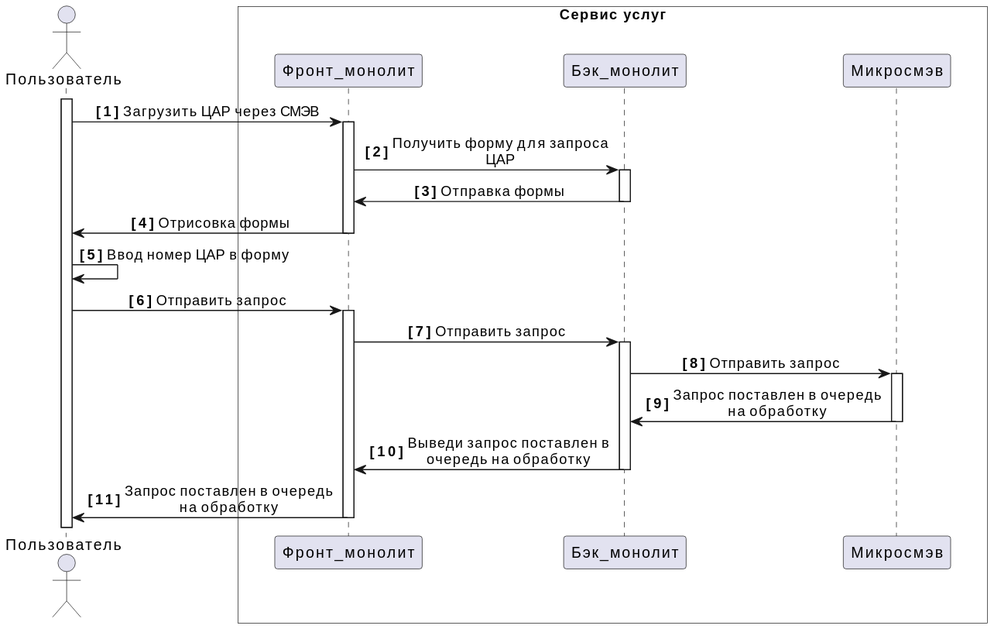
This is diagrams/out/get_car.svg from sonorame/docs_kcr, a PlantUML export, as it was before one commit.
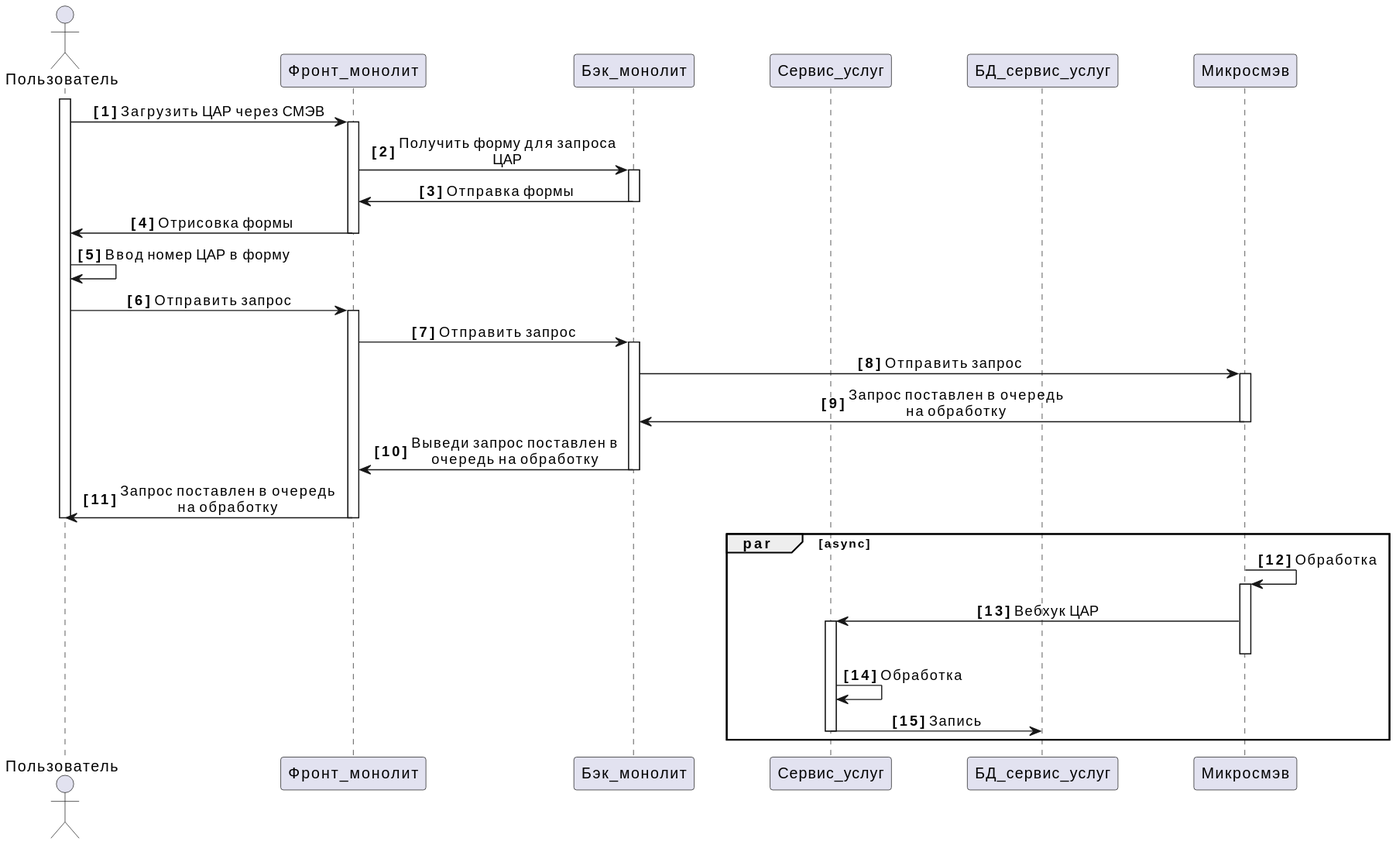
Above is the later version.

Change to the diagram source:
```diff
@@ -9,11 +9,12 @@
 autonumber "<b>[0]"
 
 actor Пользователь
-box "Сервис услуг" #transparent
-    participant Фронт_монолит
-    participant Бэк_монолит
-    participant Микросмэв
-end box
+participant Фронт_монолит
+participant Бэк_монолит
+participant Сервис_услуг
+participant БД_сервис_услуг
+participant Микросмэв
+
 
 Пользователь++
 Пользователь -> Фронт_монолит++: Загрузить ЦАР через СМЭВ
@@ -27,4 +28,12 @@
 Микросмэв -> Бэк_монолит--: Запрос поставлен в очередь на обработку
 Бэк_монолит -> Фронт_монолит--: Выведи запрос поставлен в очередь на обработку
 Фронт_монолит -> Пользователь--: Запрос поставлен в очередь на обработку
+Пользователь--
+par async
+ Микросмэв -> Микросмэв++: Обработка
+ Микросмэв -> Сервис_услуг++: Вебхук ЦАР
+ Микросмэв--
+ Сервис_услуг -> Сервис_услуг: Обработка
+ Сервис_услуг -> БД_сервис_услуг--: Запись
+end par
 @enduml
```
